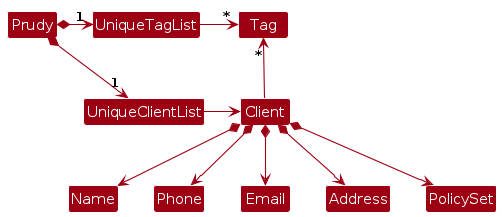
Above: diagrams/BetterModelClassDiagram.png in AY2425S1-CS2103T-T14-1/tp (PlantUML), before the change. Its source is kept beside it as diagrams/BetterModelClassDiagram.puml.
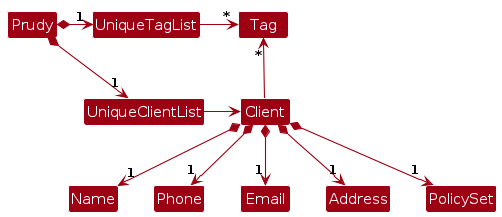
The same diagram one commit later.

The edit, as a diff of the source:
```diff
@@ -14,10 +14,10 @@
 
 Client -up-> "*" Tag
 
-Client *--> Name
-Client *--> Phone
-Client *--> Email
-Client *--> Address
-Client *--> PolicySet
+Client *--> "1" Name
+Client *--> "1" Phone
+Client *--> "1" Email
+Client *--> "1" Address
+Client *--> "1" PolicySet
 
 @enduml
```
